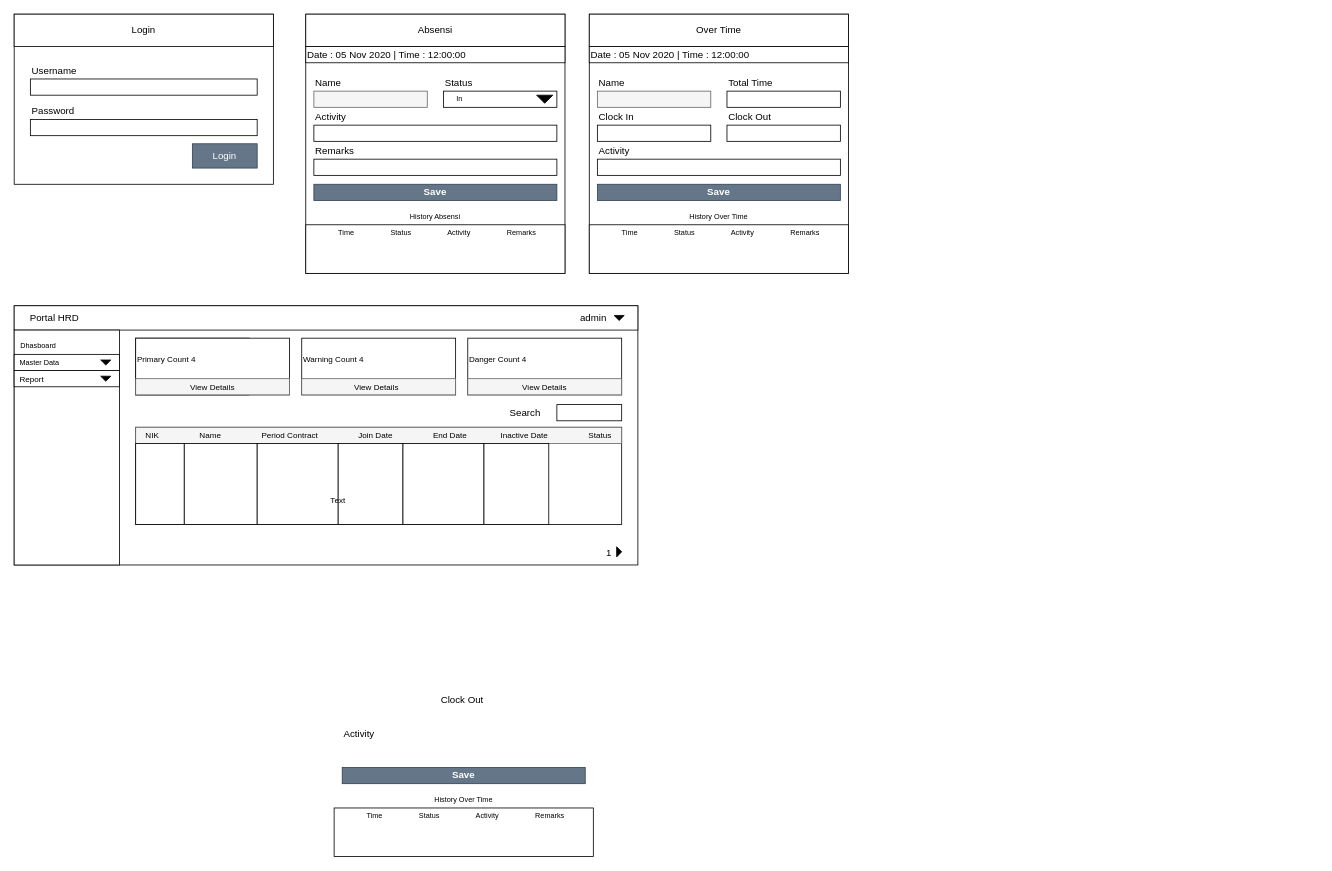
w4hyud1/leni_karyawan keeps this draw.io diagram as Untitled Diagram.drawio. Above is the earlier version. Source tidied: cells renumbered, new cells numbered last; positions are measured from the earlier drawing's top-left corner, leaving out a move shared by most shapes. Both pictures are drawn from the tidied source at 81%, with x=0, y=0 at pixel (14, 14).
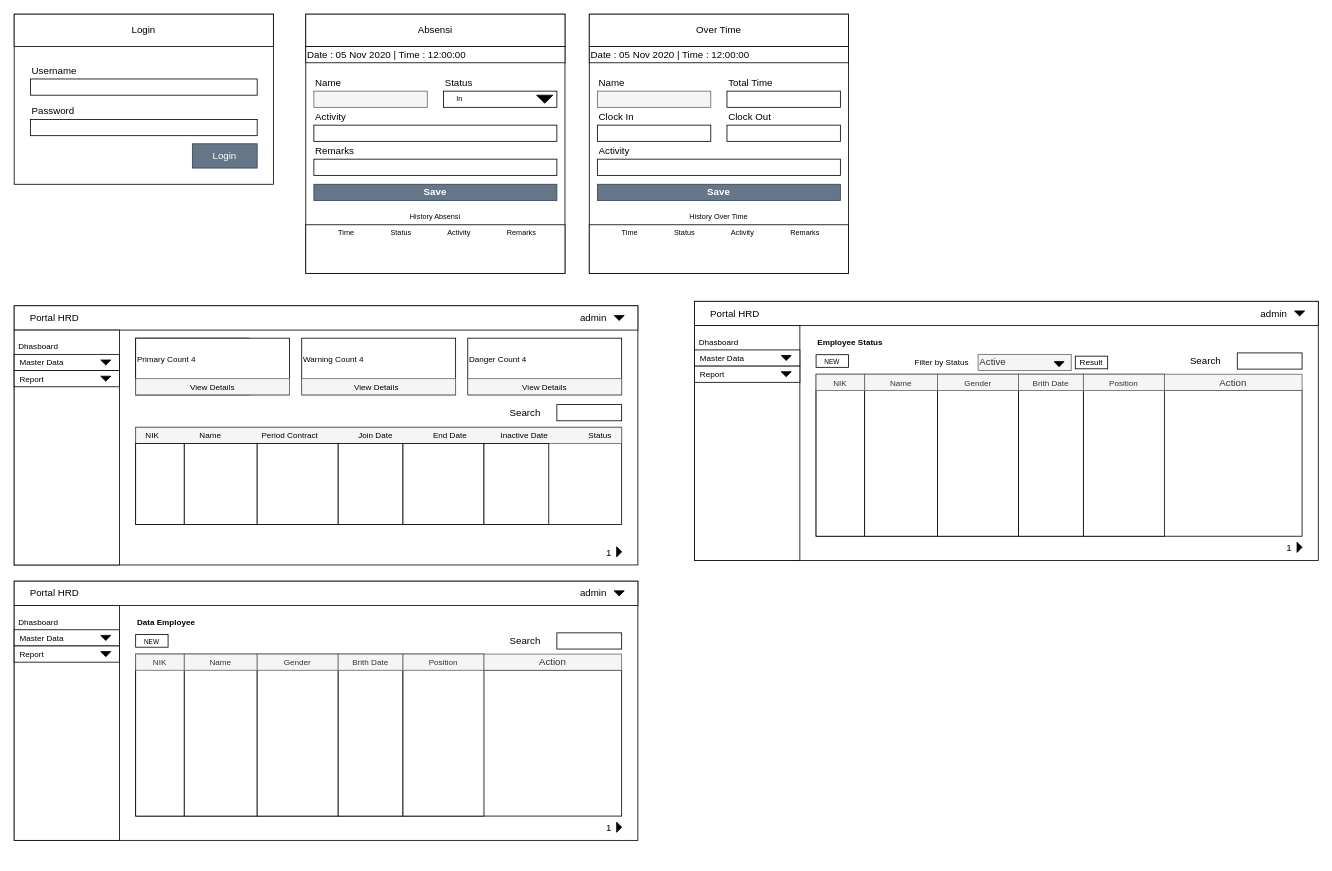
The same diagram, later.

What changed in the source:
```diff
@@
-    <mxCell id="55" style="rounded=0;whiteSpace=wrap;html=1;" parent="1" vertex="1">
-      <mxGeometry x="395" y="980" width="320" height="60" as="geometry" />
-    </mxCell>
@@
-    <mxCell id="57" style="rounded=0;whiteSpace=wrap;html=1;align=left;fillColor=#647687;strokeColor=#314354;fontColor=#ffffff;" parent="1" vertex="1">
-      <mxGeometry x="405" y="930" width="300" height="20" as="geometry" />
-    </mxCell>
-    <mxCell id="58" value="Save" style="text;html=1;strokeColor=none;fillColor=none;align=center;verticalAlign=middle;whiteSpace=wrap;rounded=0;fontColor=#FFFFFF;fontStyle=1;" parent="1" vertex="1">
-      <mxGeometry x="535" y="930" width="40" height="20" as="geometry" />
-    </mxCell>
@@
-    <mxCell id="63" value="Activity" style="text;html=1;strokeColor=none;fillColor=none;align=left;verticalAlign=middle;whiteSpace=wrap;rounded=0;" parent="1" vertex="1">
-      <mxGeometry x="405" y="879" width="40" height="20" as="geometry" />
-    </mxCell>
-    <mxCell id="64" value="&lt;div class=&quot;small&quot;&gt;&lt;a&gt;History Over Time&lt;br&gt;&lt;/a&gt;&lt;/div&gt;" style="text;html=1;strokeColor=none;fillColor=none;align=center;verticalAlign=middle;whiteSpace=wrap;rounded=0;fontSize=9;" parent="1" vertex="1">
-      <mxGeometry x="395" y="960" width="320" height="20" as="geometry" />
-    </mxCell>
-    <mxCell id="65" value="Time&amp;nbsp;&amp;nbsp;&amp;nbsp;&amp;nbsp;&amp;nbsp;&amp;nbsp;&amp;nbsp;&amp;nbsp;&amp;nbsp;&amp;nbsp;&amp;nbsp;&amp;nbsp;&amp;nbsp;&amp;nbsp;&amp;nbsp;&amp;nbsp;&amp;nbsp; Status&amp;nbsp;&amp;nbsp;&amp;nbsp;&amp;nbsp;&amp;nbsp;&amp;nbsp;&amp;nbsp;&amp;nbsp;&amp;nbsp;&amp;nbsp;&amp;nbsp;&amp;nbsp;&amp;nbsp;&amp;nbsp;&amp;nbsp;&amp;nbsp;&amp;nbsp; Activity&amp;nbsp;&amp;nbsp;&amp;nbsp;&amp;nbsp;&amp;nbsp;&amp;nbsp;&amp;nbsp;&amp;nbsp;&amp;nbsp;&amp;nbsp;&amp;nbsp;&amp;nbsp;&amp;nbsp;&amp;nbsp;&amp;nbsp;&amp;nbsp;&amp;nbsp; Remarks" style="text;html=1;strokeColor=none;fillColor=none;align=center;verticalAlign=middle;whiteSpace=wrap;rounded=0;fontSize=9;fontColor=#000000;" parent="1" vertex="1">
-      <mxGeometry x="400" y="980" width="315" height="20" as="geometry" />
-    </mxCell>
@@
-    <mxCell id="68" value="Clock Out" style="text;html=1;strokeColor=none;fillColor=none;align=left;verticalAlign=middle;whiteSpace=wrap;rounded=0;" parent="1" vertex="1">
-      <mxGeometry x="525" y="837" width="100" height="20" as="geometry" />
-    </mxCell>
@@
-    <mxCell id="70" value="Dhasboard" style="text;html=1;strokeColor=none;fillColor=none;align=center;verticalAlign=middle;whiteSpace=wrap;rounded=0;fontSize=9;fontColor=#000000;" parent="1" vertex="1">
+    <mxCell id="70" value="Dhasboard" style="text;html=1;strokeColor=none;fillColor=none;align=center;verticalAlign=middle;whiteSpace=wrap;rounded=0;fontSize=10;fontColor=#000000;" parent="1" vertex="1">
       <mxGeometry x="10" y="400" width="40" height="20" as="geometry" />
     </mxCell>
@@
-    <mxCell id="72" value="Master Data" style="text;html=1;strokeColor=none;fillColor=none;align=left;verticalAlign=middle;whiteSpace=wrap;rounded=0;fontSize=9;" parent="1" vertex="1">
+    <mxCell id="72" value="Master Data" style="text;html=1;strokeColor=none;fillColor=none;align=left;verticalAlign=middle;whiteSpace=wrap;rounded=0;fontSize=10;" parent="1" vertex="1">
       <mxGeometry x="5" y="420" width="70" height="20" as="geometry" />
     </mxCell>
@@
-    <mxCell id="97" value="Text" style="text;html=1;strokeColor=none;fillColor=none;align=center;verticalAlign=middle;whiteSpace=wrap;rounded=0;fontSize=10;fontColor=#000000;" parent="1" vertex="1">
-      <mxGeometry x="380" y="590" width="40" height="20" as="geometry" />
-    </mxCell>
@@
+    <mxCell id="99" style="rounded=0;whiteSpace=wrap;html=1;" parent="1" vertex="1">
+      <mxGeometry y="700" width="770" height="320" as="geometry" />
+    </mxCell>
+    <mxCell id="100" style="rounded=0;whiteSpace=wrap;html=1;" parent="1" vertex="1">
+      <mxGeometry y="700" width="770" height="30" as="geometry" />
+    </mxCell>
+    <mxCell id="101" value="Portal HRD" style="text;html=1;strokeColor=none;fillColor=none;align=center;verticalAlign=middle;whiteSpace=wrap;rounded=0;" parent="1" vertex="1">
+      <mxGeometry x="10" y="705" width="80" height="20" as="geometry" />
+    </mxCell>
+    <mxCell id="102" value="admin" style="text;html=1;strokeColor=none;fillColor=none;align=left;verticalAlign=middle;whiteSpace=wrap;rounded=0;" parent="1" vertex="1">
+      <mxGeometry x="696.9" y="705" width="40" height="20" as="geometry" />
+    </mxCell>
+    <mxCell id="103" style="rounded=0;whiteSpace=wrap;html=1;align=left;" parent="1" vertex="1">
+      <mxGeometry y="730" width="130" height="290" as="geometry" />
+    </mxCell>
+    <mxCell id="104" value="Search" style="text;html=1;strokeColor=none;fillColor=none;align=left;verticalAlign=middle;whiteSpace=wrap;rounded=0;" parent="1" vertex="1">
+      <mxGeometry x="610" y="763.8" width="60" height="20" as="geometry" />
+    </mxCell>
+    <mxCell id="105" style="rounded=0;whiteSpace=wrap;html=1;" parent="1" vertex="1">
+      <mxGeometry y="760" width="130" height="20" as="geometry" />
+    </mxCell>
+    <mxCell id="106" value="1" style="text;html=1;strokeColor=none;fillColor=none;align=left;verticalAlign=middle;whiteSpace=wrap;rounded=0;" parent="1" vertex="1">
+      <mxGeometry x="728.7" y="994.5" width="13.1" height="20" as="geometry" />
+    </mxCell>
+    <mxCell id="107" style="rounded=0;whiteSpace=wrap;html=1;fontColor=#FFFFFF;fillColor=#FFFFFF;" parent="1" vertex="1">
+      <mxGeometry x="670" y="763.8" width="80" height="20" as="geometry" />
+    </mxCell>
+    <mxCell id="108" style="rounded=0;whiteSpace=wrap;html=1;" parent="1" vertex="1">
+      <mxGeometry x="150" y="810" width="600" height="180" as="geometry" />
+    </mxCell>
+    <mxCell id="109" style="triangle;whiteSpace=wrap;html=1;strokeColor=#000000;fillColor=#000000;fontSize=9;fontColor=#000000;align=left;rotation=90;" parent="1" vertex="1">
+      <mxGeometry x="743.8" y="708.8" width="6.2" height="12.5" as="geometry" />
+    </mxCell>
+    <mxCell id="110" value="Dhasboard" style="text;html=1;strokeColor=none;fillColor=none;align=center;verticalAlign=middle;whiteSpace=wrap;rounded=0;fontSize=10;fontColor=#000000;" parent="1" vertex="1">
+      <mxGeometry x="10" y="740" width="40" height="20" as="geometry" />
+    </mxCell>
+    <mxCell id="111" style="rounded=0;whiteSpace=wrap;html=1;" parent="1" vertex="1">
+      <mxGeometry y="780" width="130" height="20" as="geometry" />
+    </mxCell>
+    <mxCell id="112" value="Master Data" style="text;html=1;strokeColor=none;fillColor=none;align=left;verticalAlign=middle;whiteSpace=wrap;rounded=0;fontSize=10;" parent="1" vertex="1">
+      <mxGeometry x="5" y="760" width="70" height="20" as="geometry" />
+    </mxCell>
+    <mxCell id="113" value="Report" style="text;html=1;strokeColor=none;fillColor=none;align=left;verticalAlign=middle;whiteSpace=wrap;rounded=0;fontSize=10;" parent="1" vertex="1">
+      <mxGeometry x="5" y="780" width="70" height="20" as="geometry" />
+    </mxCell>
+    <mxCell id="114" style="triangle;whiteSpace=wrap;html=1;strokeColor=#000000;fillColor=#000000;fontSize=9;fontColor=#000000;align=left;rotation=90;" parent="1" vertex="1">
+      <mxGeometry x="110" y="763.8" width="6.2" height="12.5" as="geometry" />
+    </mxCell>
+    <mxCell id="115" style="triangle;whiteSpace=wrap;html=1;strokeColor=#000000;fillColor=#000000;fontSize=9;fontColor=#000000;align=left;rotation=90;" parent="1" vertex="1">
+      <mxGeometry x="110" y="783.8" width="6.2" height="12.5" as="geometry" />
+    </mxCell>
+    <mxCell id="116" style="rounded=0;whiteSpace=wrap;html=1;" parent="1" vertex="1">
+      <mxGeometry x="150" y="790" width="60" height="200" as="geometry" />
+    </mxCell>
+    <mxCell id="117" style="rounded=0;whiteSpace=wrap;html=1;" parent="1" vertex="1">
+      <mxGeometry x="210" y="790" width="90" height="200" as="geometry" />
+    </mxCell>
+    <mxCell id="118" style="rounded=0;whiteSpace=wrap;html=1;" parent="1" vertex="1">
+      <mxGeometry x="300" y="790" width="100" height="200" as="geometry" />
+    </mxCell>
+    <mxCell id="119" style="rounded=0;whiteSpace=wrap;html=1;" parent="1" vertex="1">
+      <mxGeometry x="400" y="790" width="80" height="200" as="geometry" />
+    </mxCell>
+    <mxCell id="120" style="rounded=0;whiteSpace=wrap;html=1;" parent="1" vertex="1">
+      <mxGeometry x="480" y="790" width="100" height="200" as="geometry" />
+    </mxCell>
+    <mxCell id="121" style="triangle;whiteSpace=wrap;html=1;strokeColor=#000000;fillColor=#000000;fontSize=9;fontColor=#000000;align=left;rotation=0;" parent="1" vertex="1">
+      <mxGeometry x="743.8" y="997.5" width="6.2" height="12.5" as="geometry" />
+    </mxCell>
+    <mxCell id="122" value="&lt;font style=&quot;font-size: 8px&quot;&gt;NEW&lt;/font&gt;" style="rounded=0;whiteSpace=wrap;html=1;fontSize=10;" parent="1" vertex="1">
+      <mxGeometry x="150" y="765.9" width="40" height="15.6" as="geometry" />
+    </mxCell>
+    <mxCell id="123" value="&lt;font style=&quot;font-size: 10px&quot;&gt;NIK&lt;/font&gt;" style="rounded=0;whiteSpace=wrap;html=1;fillColor=#f5f5f5;strokeColor=#666666;fontColor=#333333;" parent="1" vertex="1">
+      <mxGeometry x="150" y="790" width="60" height="20" as="geometry" />
+    </mxCell>
+    <mxCell id="124" value="&lt;font style=&quot;font-size: 10px&quot;&gt;Name&lt;/font&gt;" style="rounded=0;whiteSpace=wrap;html=1;fillColor=#f5f5f5;strokeColor=#666666;fontColor=#333333;" parent="1" vertex="1">
+      <mxGeometry x="210" y="790" width="90" height="20" as="geometry" />
+    </mxCell>
+    <mxCell id="125" value="&lt;font size=&quot;1&quot;&gt;Gender&lt;/font&gt;" style="rounded=0;whiteSpace=wrap;html=1;fillColor=#f5f5f5;strokeColor=#666666;fontColor=#333333;" parent="1" vertex="1">
+      <mxGeometry x="300" y="790" width="100" height="20" as="geometry" />
+    </mxCell>
+    <mxCell id="126" value="&lt;font style=&quot;font-size: 10px&quot;&gt;Brith Date&lt;br&gt;&lt;/font&gt;" style="rounded=0;whiteSpace=wrap;html=1;fillColor=#f5f5f5;strokeColor=#666666;fontColor=#333333;" parent="1" vertex="1">
+      <mxGeometry x="400" y="790" width="80" height="20" as="geometry" />
+    </mxCell>
+    <mxCell id="127" value="&lt;font style=&quot;font-size: 10px&quot;&gt;Position&lt;/font&gt;" style="rounded=0;whiteSpace=wrap;html=1;fillColor=#f5f5f5;strokeColor=#666666;fontColor=#333333;" parent="1" vertex="1">
+      <mxGeometry x="480" y="790" width="100" height="20" as="geometry" />
+    </mxCell>
+    <mxCell id="128" value="Action" style="rounded=0;whiteSpace=wrap;html=1;fillColor=#f5f5f5;strokeColor=#666666;fontColor=#333333;" parent="1" vertex="1">
+      <mxGeometry x="580" y="790" width="170" height="20" as="geometry" />
+    </mxCell>
+    <mxCell id="129" value="Data Employee" style="text;html=1;strokeColor=none;fillColor=none;align=left;verticalAlign=middle;whiteSpace=wrap;rounded=0;fontSize=10;fontStyle=1;" parent="1" vertex="1">
+      <mxGeometry x="150" y="740" width="100" height="20" as="geometry" />
+    </mxCell>
+    <mxCell id="130" style="rounded=0;whiteSpace=wrap;html=1;" parent="1" vertex="1">
+      <mxGeometry x="840" y="354.5" width="770" height="320" as="geometry" />
+    </mxCell>
+    <mxCell id="131" style="rounded=0;whiteSpace=wrap;html=1;" parent="1" vertex="1">
+      <mxGeometry x="840" y="354.5" width="770" height="30" as="geometry" />
+    </mxCell>
+    <mxCell id="132" value="Portal HRD" style="text;html=1;strokeColor=none;fillColor=none;align=center;verticalAlign=middle;whiteSpace=wrap;rounded=0;" parent="1" vertex="1">
+      <mxGeometry x="850" y="359.5" width="80" height="20" as="geometry" />
+    </mxCell>
+    <mxCell id="133" value="admin" style="text;html=1;strokeColor=none;fillColor=none;align=left;verticalAlign=middle;whiteSpace=wrap;rounded=0;" parent="1" vertex="1">
+      <mxGeometry x="1536.9" y="359.5" width="40" height="20" as="geometry" />
+    </mxCell>
+    <mxCell id="134" style="rounded=0;whiteSpace=wrap;html=1;align=left;" parent="1" vertex="1">
+      <mxGeometry x="840" y="384.5" width="130" height="290" as="geometry" />
+    </mxCell>
+    <mxCell id="135" value="Search" style="text;html=1;strokeColor=none;fillColor=none;align=left;verticalAlign=middle;whiteSpace=wrap;rounded=0;" parent="1" vertex="1">
+      <mxGeometry x="1450" y="418.2" width="60" height="20" as="geometry" />
+    </mxCell>
+    <mxCell id="136" style="rounded=0;whiteSpace=wrap;html=1;" parent="1" vertex="1">
+      <mxGeometry x="840" y="414.5" width="130" height="20" as="geometry" />
+    </mxCell>
+    <mxCell id="137" value="1" style="text;html=1;strokeColor=none;fillColor=none;align=left;verticalAlign=middle;whiteSpace=wrap;rounded=0;" parent="1" vertex="1">
+      <mxGeometry x="1568.7" y="649" width="13.1" height="20" as="geometry" />
+    </mxCell>
+    <mxCell id="138" style="rounded=0;whiteSpace=wrap;html=1;fontColor=#FFFFFF;fillColor=#FFFFFF;" parent="1" vertex="1">
+      <mxGeometry x="1510" y="418.2" width="80" height="20" as="geometry" />
+    </mxCell>
+    <mxCell id="139" style="rounded=0;whiteSpace=wrap;html=1;" parent="1" vertex="1">
+      <mxGeometry x="990" y="464.5" width="600" height="180" as="geometry" />
+    </mxCell>
+    <mxCell id="140" style="triangle;whiteSpace=wrap;html=1;strokeColor=#000000;fillColor=#000000;fontSize=9;fontColor=#000000;align=left;rotation=90;" parent="1" vertex="1">
+      <mxGeometry x="1583.8" y="363.2" width="6.2" height="12.5" as="geometry" />
+    </mxCell>
+    <mxCell id="141" value="Dhasboard" style="text;html=1;strokeColor=none;fillColor=none;align=center;verticalAlign=middle;whiteSpace=wrap;rounded=0;fontSize=10;fontColor=#000000;" parent="1" vertex="1">
+      <mxGeometry x="850" y="394.5" width="40" height="20" as="geometry" />
+    </mxCell>
+    <mxCell id="142" style="rounded=0;whiteSpace=wrap;html=1;" parent="1" vertex="1">
+      <mxGeometry x="840" y="434.5" width="130" height="20" as="geometry" />
+    </mxCell>
+    <mxCell id="143" value="Master Data" style="text;html=1;strokeColor=none;fillColor=none;align=left;verticalAlign=middle;whiteSpace=wrap;rounded=0;fontSize=10;" parent="1" vertex="1">
+      <mxGeometry x="845" y="414.5" width="70" height="20" as="geometry" />
+    </mxCell>
+    <mxCell id="144" value="Report" style="text;html=1;strokeColor=none;fillColor=none;align=left;verticalAlign=middle;whiteSpace=wrap;rounded=0;fontSize=10;" parent="1" vertex="1">
+      <mxGeometry x="845" y="434.5" width="70" height="20" as="geometry" />
+    </mxCell>
+    <mxCell id="145" style="triangle;whiteSpace=wrap;html=1;strokeColor=#000000;fillColor=#000000;fontSize=9;fontColor=#000000;align=left;rotation=90;" parent="1" vertex="1">
+      <mxGeometry x="950" y="418.2" width="6.2" height="12.5" as="geometry" />
+    </mxCell>
+    <mxCell id="146" style="triangle;whiteSpace=wrap;html=1;strokeColor=#000000;fillColor=#000000;fontSize=9;fontColor=#000000;align=left;rotation=90;" parent="1" vertex="1">
+      <mxGeometry x="950" y="438.2" width="6.2" height="12.5" as="geometry" />
+    </mxCell>
+    <mxCell id="147" style="rounded=0;whiteSpace=wrap;html=1;" parent="1" vertex="1">
+      <mxGeometry x="990" y="444.5" width="60" height="200" as="geometry" />
+    </mxCell>
+    <mxCell id="148" style="rounded=0;whiteSpace=wrap;html=1;" parent="1" vertex="1">
+      <mxGeometry x="1050" y="444.5" width="90" height="200" as="geometry" />
+    </mxCell>
+    <mxCell id="149" style="rounded=0;whiteSpace=wrap;html=1;" parent="1" vertex="1">
+      <mxGeometry x="1140" y="444.5" width="100" height="200" as="geometry" />
+    </mxCell>
+    <mxCell id="150" style="rounded=0;whiteSpace=wrap;html=1;" parent="1" vertex="1">
+      <mxGeometry x="1240" y="444.5" width="80" height="200" as="geometry" />
+    </mxCell>
+    <mxCell id="151" style="rounded=0;whiteSpace=wrap;html=1;" parent="1" vertex="1">
+      <mxGeometry x="1320" y="444.5" width="100" height="200" as="geometry" />
+    </mxCell>
+    <mxCell id="152" style="triangle;whiteSpace=wrap;html=1;strokeColor=#000000;fillColor=#000000;fontSize=9;fontColor=#000000;align=left;rotation=0;" parent="1" vertex="1">
+      <mxGeometry x="1583.8" y="652" width="6.2" height="12.5" as="geometry" />
+    </mxCell>
+    <mxCell id="153" value="&lt;font style=&quot;font-size: 8px&quot;&gt;NEW&lt;/font&gt;" style="rounded=0;whiteSpace=wrap;html=1;fontSize=10;" parent="1" vertex="1">
+      <mxGeometry x="990" y="420.4" width="40" height="15.6" as="geometry" />
+    </mxCell>
+    <mxCell id="154" value="&lt;font style=&quot;font-size: 10px&quot;&gt;NIK&lt;/font&gt;" style="rounded=0;whiteSpace=wrap;html=1;fillColor=#f5f5f5;strokeColor=#666666;fontColor=#333333;" parent="1" vertex="1">
+      <mxGeometry x="990" y="444.5" width="60" height="20" as="geometry" />
+    </mxCell>
+    <mxCell id="155" value="&lt;font style=&quot;font-size: 10px&quot;&gt;Name&lt;/font&gt;" style="rounded=0;whiteSpace=wrap;html=1;fillColor=#f5f5f5;strokeColor=#666666;fontColor=#333333;" parent="1" vertex="1">
+      <mxGeometry x="1050" y="444.5" width="90" height="20" as="geometry" />
+    </mxCell>
+    <mxCell id="156" value="&lt;font size=&quot;1&quot;&gt;Gender&lt;/font&gt;" style="rounded=0;whiteSpace=wrap;html=1;fillColor=#f5f5f5;strokeColor=#666666;fontColor=#333333;" parent="1" vertex="1">
+      <mxGeometry x="1140" y="444.5" width="100" height="20" as="geometry" />
+    </mxCell>
+    <mxCell id="157" value="&lt;font style=&quot;font-size: 10px&quot;&gt;Brith Date&lt;br&gt;&lt;/font&gt;" style="rounded=0;whiteSpace=wrap;html=1;fillColor=#f5f5f5;strokeColor=#666666;fontColor=#333333;" parent="1" vertex="1">
+      <mxGeometry x="1240" y="444.5" width="80" height="20" as="geometry" />
+    </mxCell>
+    <mxCell id="158" value="&lt;font style=&quot;font-size: 10px&quot;&gt;Position&lt;/font&gt;" style="rounded=0;whiteSpace=wrap;html=1;fillColor=#f5f5f5;strokeColor=#666666;fontColor=#333333;" parent="1" vertex="1">
+      <mxGeometry x="1320" y="444.5" width="100" height="20" as="geometry" />
+    </mxCell>
+    <mxCell id="159" value="Action" style="rounded=0;whiteSpace=wrap;html=1;fillColor=#f5f5f5;strokeColor=#666666;fontColor=#333333;" parent="1" vertex="1">
+      <mxGeometry x="1420" y="444.5" width="170" height="20" as="geometry" />
+    </mxCell>
+    <mxCell id="160" value="Employee Status" style="text;html=1;strokeColor=none;fillColor=none;align=left;verticalAlign=middle;whiteSpace=wrap;rounded=0;fontSize=10;fontStyle=1;" parent="1" vertex="1">
+      <mxGeometry x="990" y="394.5" width="100" height="20" as="geometry" />
+    </mxCell>
+    <mxCell id="161" value="&lt;div align=&quot;left&quot;&gt;Active&lt;/div&gt;" style="rounded=0;whiteSpace=wrap;html=1;fontColor=#333333;fillColor=#f5f5f5;align=left;strokeColor=#666666;" parent="1" vertex="1">
+      <mxGeometry x="1190" y="420" width="115" height="20" as="geometry" />
+    </mxCell>
+    <mxCell id="162" value="&lt;font style=&quot;font-size: 10px&quot;&gt;Filter by Status&lt;br&gt;&lt;/font&gt;" style="text;html=1;strokeColor=none;fillColor=none;align=left;verticalAlign=middle;whiteSpace=wrap;rounded=0;" parent="1" vertex="1">
+      <mxGeometry x="1110" y="420.4" width="100" height="20" as="geometry" />
+    </mxCell>
+    <mxCell id="163" value="Result" style="rounded=0;whiteSpace=wrap;html=1;fontSize=10;" parent="1" vertex="1">
+      <mxGeometry x="1310" y="422.2" width="40" height="15.6" as="geometry" />
+    </mxCell>
+    <mxCell id="164" style="triangle;whiteSpace=wrap;html=1;strokeColor=#000000;fillColor=#000000;fontSize=9;fontColor=#000000;align=left;rotation=90;" parent="1" vertex="1">
+      <mxGeometry x="1286.9" y="425.8" width="6.2" height="12.5" as="geometry" />
+    </mxCell>
```
